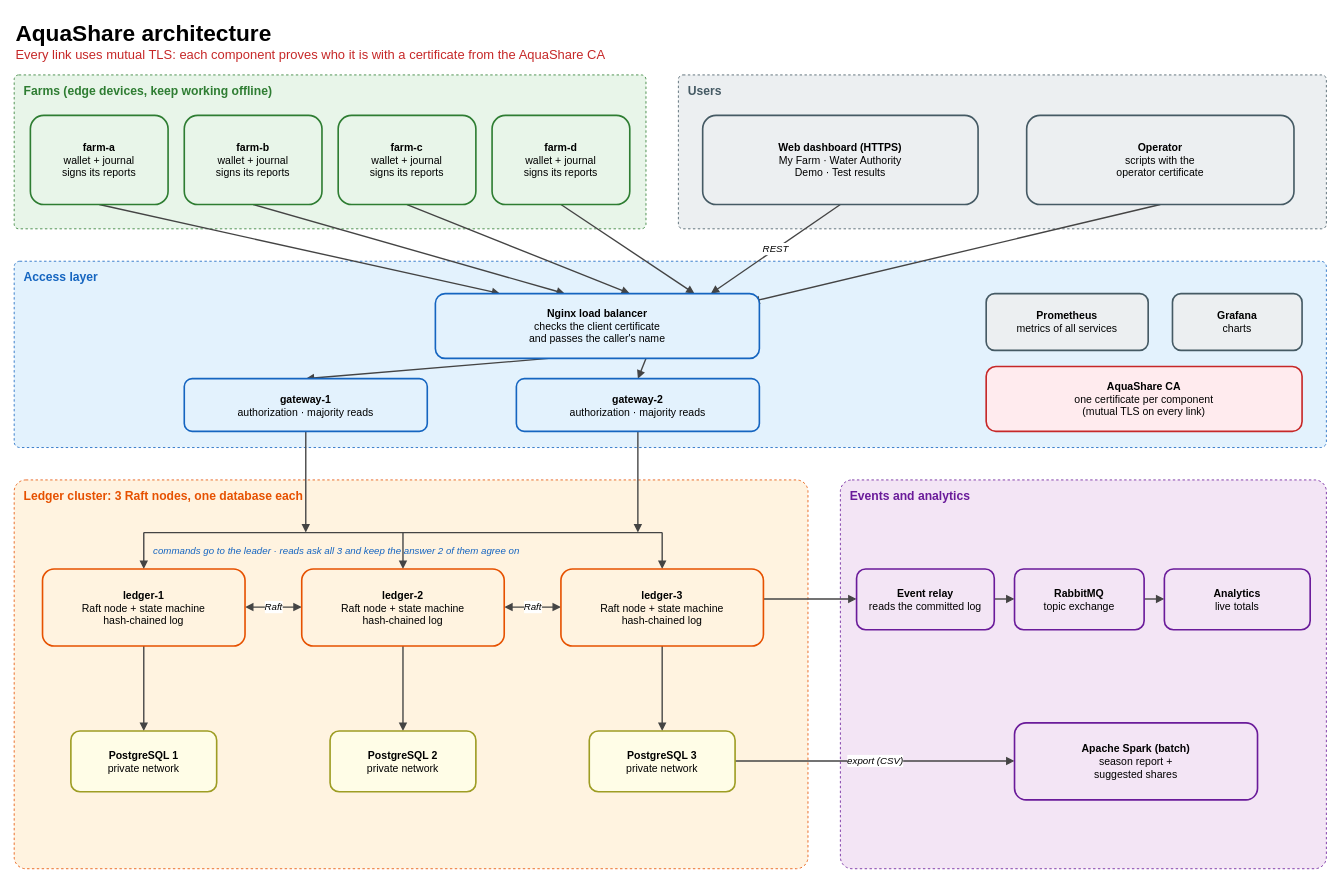
Before: docs/AquaShare_Architecture.drawio in miriamrahhal/Aquashare_DS, a draw.io diagram. Source tidied: cells renumbered, new cells numbered last; positions are measured from the earlier drawing's top-left corner, leaving out a move shared by most shapes. Both pictures are drawn from the tidied source at 81%, with x=0, y=0 at pixel (14, 14).
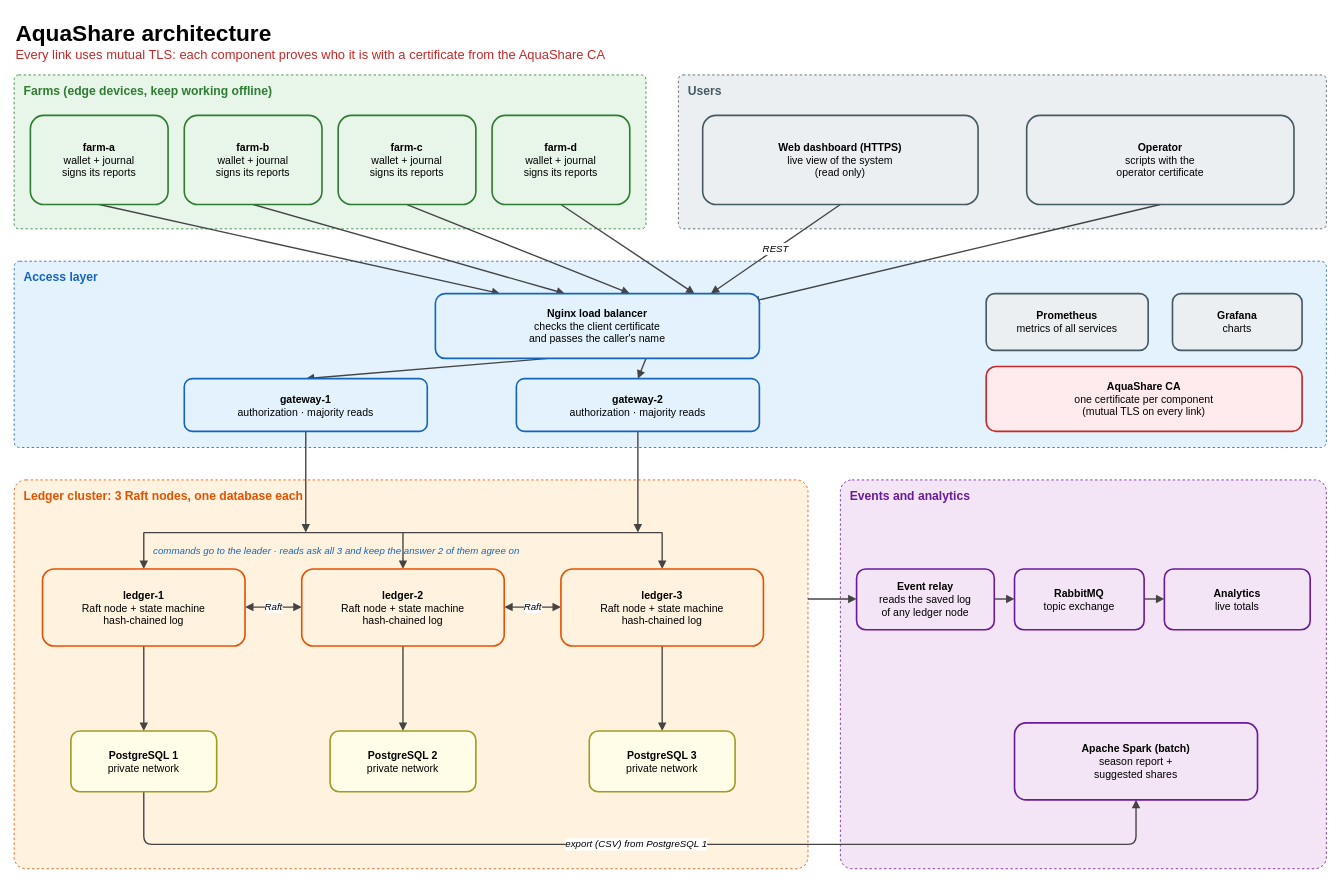
After the change.

Commit message (it also covers changes not shown here):
Live view, demo present command, architecture fixes

Change to the diagram source:
```diff
@@
     <mxCell id="27" style="endArrow=block;endFill=1;html=1;strokeColor=#444444;strokeWidth=1.7;fontStyle=2;fontSize=12;labelBackgroundColor=#ffffff;" parent="1" edge="1">
       <mxGeometry relative="1" as="geometry">
-        <mxPoint x="925" y="722" as="sourcePoint" />
+        <mxPoint x="980" y="722" as="sourcePoint" />
         <mxPoint x="1040" y="722" as="targetPoint" />
       </mxGeometry>
     </mxCell>
@@
-    <mxCell id="30" value="export (CSV)" style="endArrow=block;endFill=1;html=1;strokeColor=#444444;strokeWidth=1.7;fontStyle=2;fontSize=12;labelBackgroundColor=#ffffff;" parent="1" edge="1">
+    <mxCell id="30" value="export (CSV) from PostgreSQL 1" style="endArrow=block;endFill=1;html=1;strokeColor=#444444;strokeWidth=1.7;fontStyle=2;fontSize=12;labelBackgroundColor=#ffffff;edgeStyle=orthogonalEdgeStyle;" parent="1" edge="1">
       <mxGeometry relative="1" as="geometry">
-        <mxPoint x="890" y="922" as="sourcePoint" />
-        <mxPoint x="1235" y="922" as="targetPoint" />
+        <mxPoint x="160" y="960" as="sourcePoint" />
+        <mxPoint x="1385" y="970" as="targetPoint" />
+        <Array as="points">
+          <mxPoint x="160" y="1025" />
+          <mxPoint x="1385" y="1025" />
+        </Array>
       </mxGeometry>
     </mxCell>
@@
-    <mxCell id="36" value="&lt;b&gt;Web dashboard (HTTPS)&lt;/b&gt;&lt;br&gt;My Farm · Water Authority&lt;br&gt;Demo · Test results" style="rounded=1;whiteSpace=wrap;html=1;fillColor=#ECEFF1;strokeColor=#455A64;strokeWidth=2;fontSize=13;" parent="1" vertex="1">
+    <mxCell id="36" value="&lt;b&gt;Web dashboard (HTTPS)&lt;/b&gt;&lt;br&gt;live view of the system&lt;br&gt;(read only)" style="rounded=1;whiteSpace=wrap;html=1;fillColor=#ECEFF1;strokeColor=#455A64;strokeWidth=2;fontSize=13;" parent="1" vertex="1">
       <mxGeometry x="850" y="125" width="340" height="110" as="geometry" />
     </mxCell>
@@
-    <mxCell id="50" value="&lt;b&gt;Event relay&lt;/b&gt;&lt;br&gt;reads the committed log" style="rounded=1;whiteSpace=wrap;html=1;fillColor=#F3E5F5;strokeColor=#6A1B9A;strokeWidth=2;fontSize=13;" parent="1" vertex="1">
+    <mxCell id="50" value="&lt;b&gt;Event relay&lt;/b&gt;&lt;br&gt;reads the saved log&lt;br&gt;of any ledger node" style="rounded=1;whiteSpace=wrap;html=1;fillColor=#F3E5F5;strokeColor=#6A1B9A;strokeWidth=2;fontSize=13;" parent="1" vertex="1">
       <mxGeometry x="1040" y="685" width="170" height="75" as="geometry" />
     </mxCell>
```
